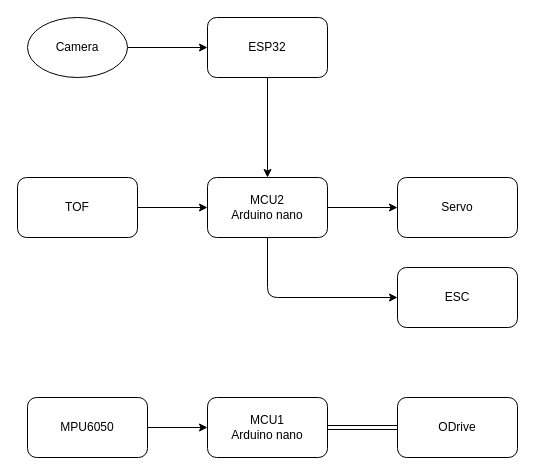
The draw.io diagram page "Overview" (1 of 3) of structure.drawio in pkbbkphey/MakeNTU2025, before the edit. Source tidied: cells renumbered, new cells numbered last; positions are measured from the earlier drawing's top-left corner, leaving out a move shared by most shapes. Both pictures are drawn from the tidied source at 100%, with x=0, y=0 at pixel (17, 17).
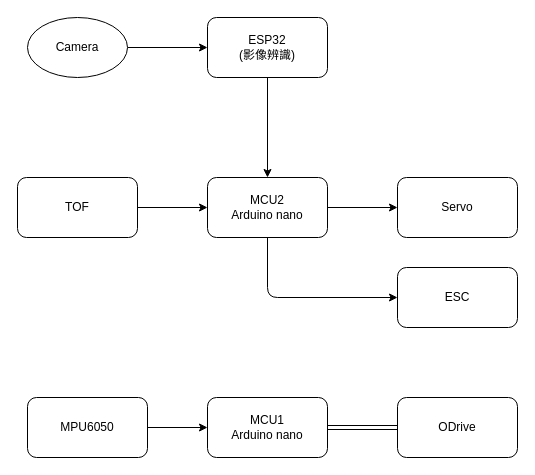
Above is the later version.

The edit, as a diff of the source:
```diff
@@
 <mxGraphModel>
   <root>
     <mxCell id="0" />
     <mxCell id="1" parent="0" />
     <mxCell id="2" style="edgeStyle=orthogonalEdgeStyle;rounded=1;jettySize=auto;html=1;exitX=0.5;exitY=1;exitDx=0;exitDy=0;entryX=0.5;entryY=0;entryDx=0;entryDy=0;" parent="1" edge="1" source="3" target="6">
       <mxGeometry relative="1" as="geometry" />
     </mxCell>
-    <mxCell id="3" value="ESP32" style="rounded=1;whiteSpace=wrap;html=1;" parent="1" vertex="1">
+    <mxCell id="3" value="ESP32&lt;div&gt;(影像辨識)&lt;/div&gt;" style="rounded=1;whiteSpace=wrap;html=1;" parent="1" vertex="1">
       <mxGeometry x="190" width="120" height="60" as="geometry" />
     </mxCell>
     <mxCell id="4" style="edgeStyle=orthogonalEdgeStyle;rounded=1;jettySize=auto;html=1;exitX=1;exitY=0.5;exitDx=0;exitDy=0;entryX=0;entryY=0.5;entryDx=0;entryDy=0;" parent="1" edge="1" source="6" target="14">
       <mxGeometry relative="1" as="geometry" />
     </mxCell>
     <mxCell id="5" style="edgeStyle=orthogonalEdgeStyle;rounded=1;jettySize=auto;html=1;exitX=0.5;exitY=1;exitDx=0;exitDy=0;entryX=0;entryY=0.5;entryDx=0;entryDy=0;" parent="1" edge="1" source="6" target="15">
       <mxGeometry relative="1" as="geometry" />
     </mxCell>
     <mxCell id="6" value="&lt;div&gt;MCU2&lt;/div&gt;Arduino nano" style="rounded=1;whiteSpace=wrap;html=1;" parent="1" vertex="1">
       <mxGeometry x="190" y="160" width="120" height="60" as="geometry" />
     </mxCell>
     <mxCell id="7" style="edgeStyle=orthogonalEdgeStyle;rounded=1;jettySize=auto;html=1;exitX=1;exitY=0.5;exitDx=0;exitDy=0;entryX=0;entryY=0.5;entryDx=0;entryDy=0;" parent="1" edge="1" source="8" target="3">
       <mxGeometry relative="1" as="geometry" />
     </mxCell>
     <mxCell id="8" value="Camera" style="ellipse;whiteSpace=wrap;html=1;rounded=1;" parent="1" vertex="1">
       <mxGeometry x="10" width="100" height="60" as="geometry" />
     </mxCell>
     <mxCell id="9" style="edgeStyle=orthogonalEdgeStyle;shape=link;rounded=1;jettySize=auto;html=1;exitX=1;exitY=0.5;exitDx=0;exitDy=0;entryX=0;entryY=0.5;entryDx=0;entryDy=0;" parent="1" edge="1" source="10" target="13">
       <mxGeometry relative="1" as="geometry" />
     </mxCell>
     <mxCell id="10" value="&lt;div&gt;MCU1&lt;/div&gt;Arduino nano" style="rounded=1;whiteSpace=wrap;html=1;" parent="1" vertex="1">
       <mxGeometry x="190" y="380" width="120" height="60" as="geometry" />
     </mxCell>
     <mxCell id="11" style="edgeStyle=orthogonalEdgeStyle;rounded=1;jettySize=auto;html=1;exitX=1;exitY=0.5;exitDx=0;exitDy=0;entryX=0;entryY=0.5;entryDx=0;entryDy=0;" parent="1" edge="1" source="12" target="10">
       <mxGeometry relative="1" as="geometry" />
     </mxCell>
     <mxCell id="12" value="&lt;div&gt;MPU6050&lt;/div&gt;" style="rounded=1;whiteSpace=wrap;html=1;" parent="1" vertex="1">
       <mxGeometry x="10" y="380" width="120" height="60" as="geometry" />
     </mxCell>
     <mxCell id="13" value="&lt;div&gt;ODrive&lt;/div&gt;" style="rounded=1;whiteSpace=wrap;html=1;" parent="1" vertex="1">
       <mxGeometry x="380" y="380" width="120" height="60" as="geometry" />
     </mxCell>
     <mxCell id="14" value="Servo" style="rounded=1;whiteSpace=wrap;html=1;" parent="1" vertex="1">
       <mxGeometry x="380" y="160" width="120" height="60" as="geometry" />
     </mxCell>
     <mxCell id="15" value="ESC" style="rounded=1;whiteSpace=wrap;html=1;" parent="1" vertex="1">
       <mxGeometry x="380" y="250" width="120" height="60" as="geometry" />
     </mxCell>
     <mxCell id="16" style="edgeStyle=orthogonalEdgeStyle;rounded=1;jettySize=auto;html=1;exitX=1;exitY=0.5;exitDx=0;exitDy=0;entryX=0;entryY=0.5;entryDx=0;entryDy=0;" parent="1" edge="1" source="17" target="6">
       <mxGeometry relative="1" as="geometry" />
     </mxCell>
     <mxCell id="17" value="TOF" style="rounded=1;whiteSpace=wrap;html=1;" parent="1" vertex="1">
       <mxGeometry y="160" width="120" height="60" as="geometry" />
     </mxCell>
   </root>
 </mxGraphModel>
```
